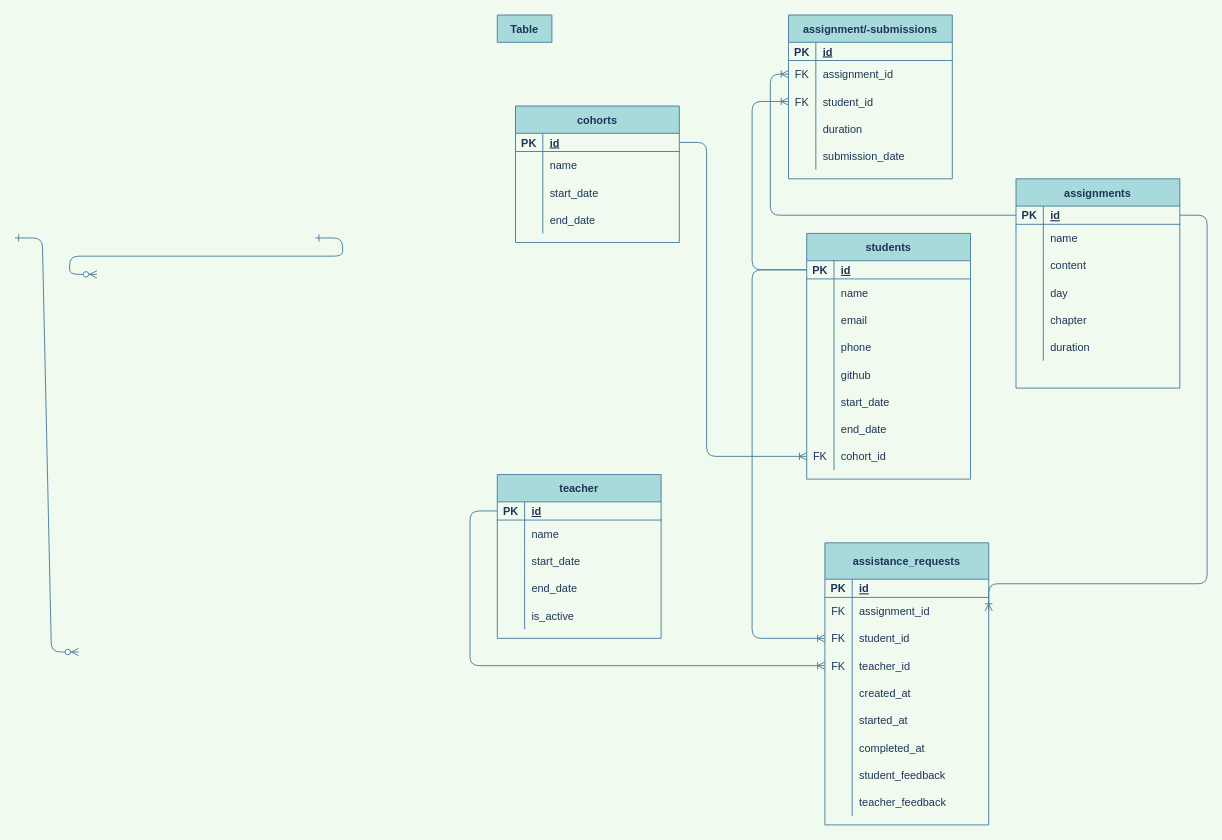
Above: Untitled Diagram.drawio in scarlet-128/BootcampX (draw.io), before the change. Source tidied: cells renumbered, new cells numbered last; positions are measured from the earlier drawing's top-left corner, leaving out a move shared by most shapes. Both pictures are drawn from the tidied source at 91%, with x=0, y=0 at pixel (15, 15).
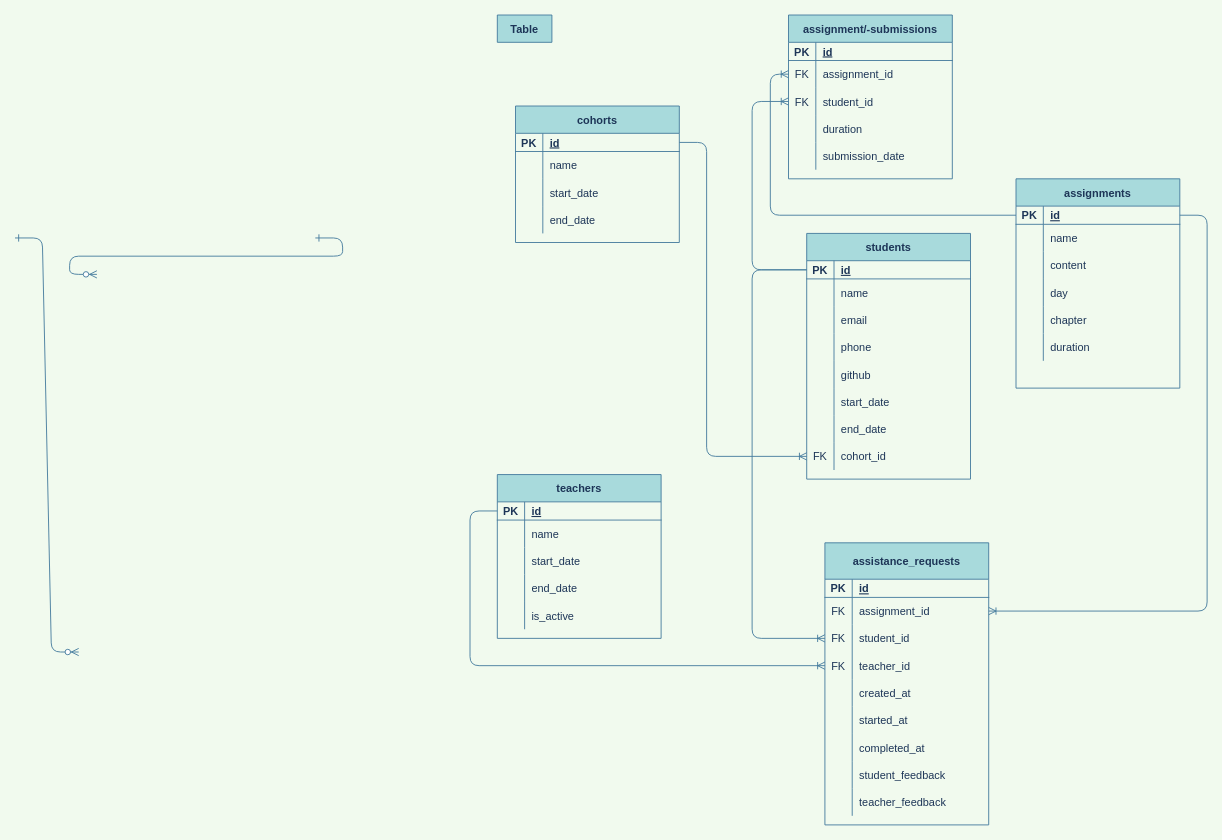
Above is the later version.

Unchanged cells that the change refers to:
```xml
<mxCell id="6" style="shape=partialRectangle;fillColor=none;top=0;left=0;bottom=1;right=0;points=[[0,0.5],[1,0.5]];portConstraint=eastwest;strokeColor=#457B9D;fontColor=#1D3557;" parent="5" vertex="1">
  <mxGeometry y="30" width="180" height="20" as="geometry" />
</mxCell>
<mxCell id="98" style="shape=partialRectangle;fillColor=none;top=0;left=0;bottom=0;right=0;points=[[0,0.5],[1,0.5]];portConstraint=eastwest;strokeColor=#457B9D;fontColor=#1D3557;" parent="94" vertex="1">
  <mxGeometry y="60" width="180" height="30" as="geometry" />
</mxCell>
```

Change to the diagram source:
```diff
@@
-    <mxCell id="78" value="teacher" style="shape=table;startSize=30;childLayout=tableLayout;rowLines=0;fontStyle=1;align=center;fillColor=#A8DADC;strokeColor=#457B9D;fontColor=#1D3557;" parent="1" vertex="1">
+    <mxCell id="78" value="teachers" style="shape=table;startSize=30;childLayout=tableLayout;rowLines=0;fontStyle=1;align=center;fillColor=#A8DADC;strokeColor=#457B9D;fontColor=#1D3557;" parent="1" vertex="1">
       <mxGeometry x="530" y="505" width="180" height="180" as="geometry" />
     </mxCell>
@@
     <mxCell id="127" style="edgeStyle=orthogonalEdgeStyle;fontSize=12;html=1;endArrow=ERoneToMany;strokeColor=#457B9D;fillColor=#A8DADC;entryX=1;entryY=0.5;entryDx=0;entryDy=0;exitX=1;exitY=0.5;exitDx=0;exitDy=0;labelBackgroundColor=#F1FAEE;fontColor=#1D3557;" parent="1" edge="1" source="6" target="98">
       <mxGeometry relative="1" as="geometry">
         <Array as="points">
           <mxPoint x="1310" y="220" />
-          <mxPoint x="1310" y="625" />
+          <mxPoint x="1310" y="655" />
         </Array>
       </mxGeometry>
     </mxCell>
```
